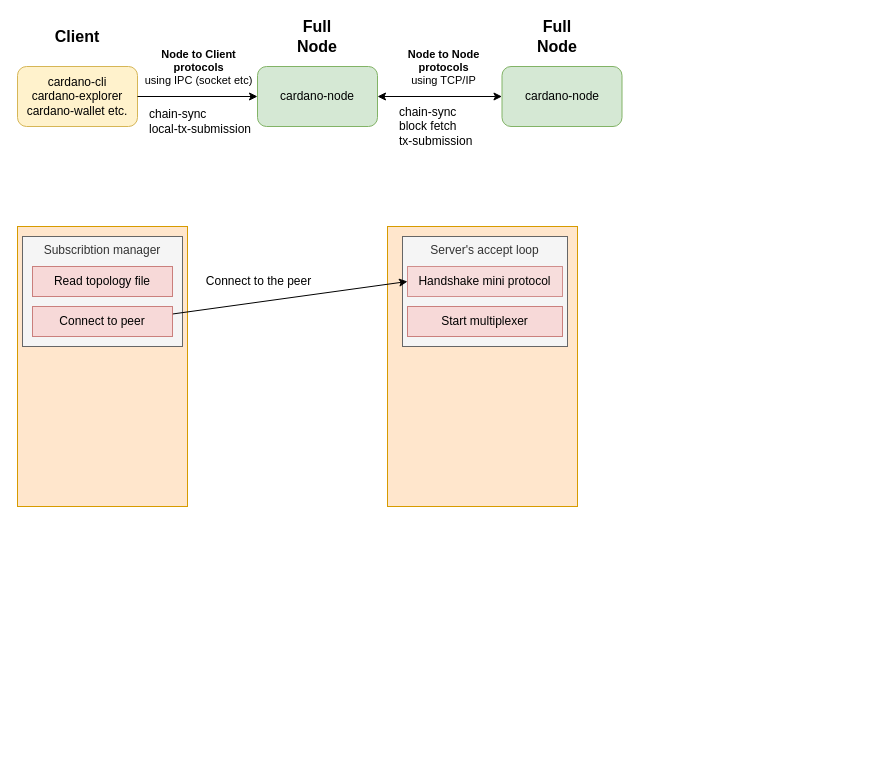
Above: diagrams/Network_Communications.drawio in ilap/ShelleyStuffs (draw.io), before the change. Source tidied: cells renumbered, new cells numbered last; positions are measured from the earlier drawing's top-left corner, leaving out a move shared by most shapes. Both pictures are drawn from the tidied source at 100%, with x=0, y=0 at pixel (17, 26).
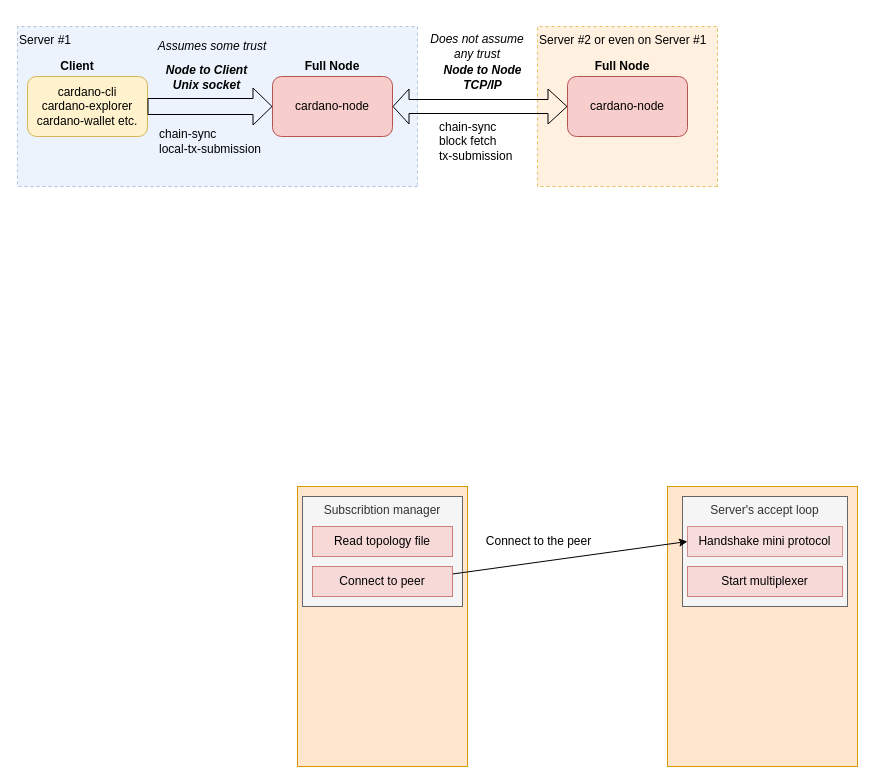
The same diagram, later.

What changed in the source:
```diff
@@
+    <mxCell id="24" value="Server #2 or even on Server #1" style="rounded=0;whiteSpace=wrap;html=1;shadow=0;verticalAlign=top;align=left;labelBackgroundColor=none;fillColor=#ffe6cc;strokeColor=#d79b00;dashed=1;direction=west;comic=0;opacity=60;" parent="1" vertex="1">
+      <mxGeometry x="520" width="180" height="160" as="geometry" />
+    </mxCell>
+    <mxCell id="25" value="Server #1" style="rounded=0;whiteSpace=wrap;html=1;shadow=0;verticalAlign=top;align=left;labelBackgroundColor=none;fillColor=#dae8fc;strokeColor=#6c8ebf;dashed=1;direction=west;comic=0;opacity=50;" parent="1" vertex="1">
+      <mxGeometry width="400" height="160" as="geometry" />
+    </mxCell>
-    <mxCell id="2" value="cardano-node" style="rounded=1;whiteSpace=wrap;html=1;fillColor=#d5e8d4;strokeColor=#82b366;" parent="1" vertex="1">
-      <mxGeometry x="240" y="40" width="120" height="60" as="geometry" />
+    <mxCell id="2" value="cardano-node" style="rounded=1;whiteSpace=wrap;html=1;fillColor=#f8cecc;strokeColor=#b85450;" parent="1" vertex="1">
+      <mxGeometry x="255" y="50" width="120" height="60" as="geometry" />
     </mxCell>
-    <mxCell id="3" value="cardano-node" style="rounded=1;whiteSpace=wrap;html=1;fillColor=#d5e8d4;strokeColor=#82b366;" parent="1" vertex="1">
-      <mxGeometry x="484.5" y="40" width="120" height="60" as="geometry" />
+    <mxCell id="3" value="cardano-node" style="rounded=1;whiteSpace=wrap;html=1;fillColor=#f8cecc;strokeColor=#b85450;" parent="1" vertex="1">
+      <mxGeometry x="550" y="50" width="120" height="60" as="geometry" />
     </mxCell>
     <mxCell id="4" value="cardano-cli&lt;br&gt;cardano-explorer&lt;br&gt;&lt;span&gt;cardano-wallet etc.&lt;/span&gt;" style="rounded=1;whiteSpace=wrap;html=1;align=center;fillColor=#fff2cc;strokeColor=#d6b656;" parent="1" vertex="1">
-      <mxGeometry y="40" width="120" height="60" as="geometry" />
+      <mxGeometry x="10" y="50" width="120" height="60" as="geometry" />
     </mxCell>
-    <mxCell id="5" style="endArrow=classic;startArrow=classic;html=1;entryX=0;entryY=0.5;entryDx=0;entryDy=0;exitX=1;exitY=0.5;exitDx=0;exitDy=0;" parent="1" edge="1" source="2" target="3">
-      <mxGeometry relative="1" as="geometry" />
-    </mxCell>
-    <mxCell id="6" value="&lt;b&gt;Node to Node&lt;/b&gt;&lt;br&gt;&lt;b&gt;protocols&lt;/b&gt;&lt;br&gt;using TCP/IP" style="edgeLabel;html=1;align=center;verticalAlign=middle;" parent="5" vertex="1">
-      <mxGeometry x="-0.23" y="-2" relative="1" as="geometry">
-        <mxPoint x="17" y="-32" as="offset" />
-      </mxGeometry>
-    </mxCell>
-    <mxCell id="7" style="endArrow=classic;startArrow=none;html=1;exitX=1;exitY=0.5;exitDx=0;exitDy=0;entryX=0;entryY=0.5;entryDx=0;entryDy=0;startFill=0;" parent="1" edge="1" source="4" target="2">
-      <mxGeometry relative="1" as="geometry" />
-    </mxCell>
-    <mxCell id="8" value="&lt;font style=&quot;font-size: 11px&quot;&gt;&lt;b&gt;Node to Client&lt;/b&gt;&lt;br&gt;&lt;b&gt;protocols&lt;/b&gt;&lt;br&gt;using IPC (socket etc)&lt;br&gt;&lt;/font&gt;" style="edgeLabel;html=1;align=center;verticalAlign=middle;" parent="7" vertex="1">
-      <mxGeometry x="-0.25" relative="1" as="geometry">
-        <mxPoint x="15" y="-30" as="offset" />
-      </mxGeometry>
-    </mxCell>
     <mxCell id="9" value="chain-sync&lt;br&gt;block fetch&lt;br&gt;tx-submission" style="text;html=1;strokeColor=none;fillColor=none;align=left;verticalAlign=middle;whiteSpace=wrap;rounded=0;" parent="1" vertex="1">
-      <mxGeometry x="380" y="80" width="90" height="40" as="geometry" />
+      <mxGeometry x="420" y="95" width="90" height="40" as="geometry" />
     </mxCell>
     <mxCell id="10" value="chain-sync&lt;br&gt;local-tx-submission" style="text;html=1;strokeColor=none;fillColor=none;align=left;verticalAlign=middle;whiteSpace=wrap;rounded=0;" parent="1" vertex="1">
-      <mxGeometry x="130" y="80" width="110" height="30" as="geometry" />
+      <mxGeometry x="140" y="100" width="110" height="30" as="geometry" />
     </mxCell>
-    <mxCell id="11" value="Full Node" style="text;html=1;strokeColor=none;fillColor=none;align=center;verticalAlign=middle;whiteSpace=wrap;rounded=0;fontSize=16;fontStyle=1;" parent="1" vertex="1">
-      <mxGeometry x="520" width="40" height="20" as="geometry" />
-    </mxCell>
-    <mxCell id="12" value="Full Node" style="text;html=1;strokeColor=none;fillColor=none;align=center;verticalAlign=middle;whiteSpace=wrap;rounded=0;fontSize=16;fontStyle=1;" parent="1" vertex="1">
-      <mxGeometry x="280" width="40" height="20" as="geometry" />
+    <mxCell id="12" value="Full Node" style="text;html=1;strokeColor=none;fillColor=none;align=center;verticalAlign=middle;whiteSpace=wrap;rounded=0;fontSize=12;fontStyle=1;" parent="1" vertex="1">
+      <mxGeometry x="270" y="30" width="90" height="20" as="geometry" />
     </mxCell>
-    <mxCell id="13" value="Client" style="text;html=1;strokeColor=none;fillColor=none;align=center;verticalAlign=middle;whiteSpace=wrap;rounded=0;fontSize=16;fontStyle=1;" parent="1" vertex="1">
-      <mxGeometry x="40" width="40" height="20" as="geometry" />
+    <mxCell id="13" value="Client" style="text;html=1;strokeColor=none;fillColor=none;align=center;verticalAlign=middle;whiteSpace=wrap;rounded=0;fontSize=12;fontStyle=1;" parent="1" vertex="1">
+      <mxGeometry x="40" y="30" width="40" height="20" as="geometry" />
     </mxCell>
     <mxCell id="14" style="rounded=0;whiteSpace=wrap;html=1;fillColor=#ffe6cc;strokeColor=#d79b00;glass=0;shadow=0;comic=0;" parent="1" vertex="1">
-      <mxGeometry y="200" width="170" height="280" as="geometry" />
+      <mxGeometry x="280" y="460" width="170" height="280" as="geometry" />
     </mxCell>
     <mxCell id="15" value="Subscribtion manager" style="rounded=0;whiteSpace=wrap;html=1;shadow=0;glass=0;comic=0;fontSize=12;align=center;fillColor=#f5f5f5;strokeColor=#666666;fontColor=#333333;verticalAlign=top;" parent="1" vertex="1">
-      <mxGeometry x="5" y="210" width="160" height="110" as="geometry" />
+      <mxGeometry x="285" y="470" width="160" height="110" as="geometry" />
     </mxCell>
     <mxCell id="16" style="rounded=0;whiteSpace=wrap;html=1;fillColor=#ffe6cc;strokeColor=#d79b00;glass=0;shadow=0;comic=0;" parent="1" vertex="1">
-      <mxGeometry x="370" y="200" width="190" height="280" as="geometry" />
+      <mxGeometry x="650" y="460" width="190" height="280" as="geometry" />
     </mxCell>
     <mxCell id="17" value="Server's accept loop" style="rounded=0;whiteSpace=wrap;html=1;shadow=0;glass=0;comic=0;fontSize=12;align=center;fillColor=#f5f5f5;strokeColor=#666666;fontColor=#333333;verticalAlign=top;" parent="1" vertex="1">
-      <mxGeometry x="385" y="210" width="165" height="110" as="geometry" />
+      <mxGeometry x="665" y="470" width="165" height="110" as="geometry" />
     </mxCell>
@@
     <mxCell id="20" value="Handshake mini protocol" style="rounded=0;whiteSpace=wrap;html=1;shadow=0;glass=0;comic=0;fontSize=12;align=center;fillColor=#f8cecc;strokeColor=#b85450;opacity=60;" parent="1" vertex="1">
-      <mxGeometry x="390" y="240" width="155" height="30" as="geometry" />
+      <mxGeometry x="670" y="500" width="155" height="30" as="geometry" />
     </mxCell>
     <mxCell id="21" value="Start multiplexer" style="rounded=0;whiteSpace=wrap;html=1;shadow=0;glass=0;comic=0;fontSize=12;align=center;fillColor=#f8cecc;strokeColor=#b85450;opacity=70;" parent="1" vertex="1">
-      <mxGeometry x="390" y="280" width="155" height="30" as="geometry" />
+      <mxGeometry x="670" y="540" width="155" height="30" as="geometry" />
     </mxCell>
     <mxCell id="22" value="Read topology file" style="rounded=0;whiteSpace=wrap;html=1;shadow=0;glass=0;comic=0;fontSize=12;opacity=70;align=center;fillColor=#f8cecc;strokeColor=#b85450;" parent="1" vertex="1">
-      <mxGeometry x="15" y="240" width="140" height="30" as="geometry" />
+      <mxGeometry x="295" y="500" width="140" height="30" as="geometry" />
     </mxCell>
     <mxCell id="23" value="Connect to peer" style="rounded=0;whiteSpace=wrap;html=1;shadow=0;glass=0;comic=0;fontSize=12;opacity=70;align=center;fillColor=#f8cecc;strokeColor=#b85450;" parent="1" vertex="1">
-      <mxGeometry x="15" y="280" width="140" height="30" as="geometry" />
+      <mxGeometry x="295" y="540" width="140" height="30" as="geometry" />
     </mxCell>
+    <mxCell id="11" value="Full Node" style="text;html=1;strokeColor=none;fillColor=none;align=center;verticalAlign=middle;whiteSpace=wrap;rounded=0;fontSize=12;fontStyle=1;" parent="1" vertex="1">
+      <mxGeometry x="560" y="30" width="90" height="20" as="geometry" />
+    </mxCell>
+    <mxCell id="5" style="shape=flexArrow;endArrow=classic;startArrow=classic;html=1;strokeWidth=1;fontSize=12;width=14;startSize=5;entryX=0;entryY=0.5;entryDx=0;entryDy=0;exitX=1;exitY=0.5;exitDx=0;exitDy=0;" parent="1" edge="1" source="2" target="3">
+      <mxGeometry relative="1" as="geometry" />
+    </mxCell>
+    <mxCell id="26" value="Node to Node&lt;br&gt;TCP/IP" style="edgeLabel;html=1;align=center;verticalAlign=middle;fontSize=12;labelBackgroundColor=none;fontStyle=3;" parent="5" vertex="1">
+      <mxGeometry x="-0.07" y="3" relative="1" as="geometry">
+        <mxPoint x="8" y="-27" as="offset" />
+      </mxGeometry>
+    </mxCell>
+    <mxCell id="7" style="shape=flexArrow;endArrow=classic;html=1;strokeWidth=1;fontSize=12;exitX=1;exitY=0.5;exitDx=0;exitDy=0;entryX=0;entryY=0.5;entryDx=0;entryDy=0;width=16;endSize=6;" parent="1" edge="1" source="4" target="2">
+      <mxGeometry relative="1" as="geometry" />
+    </mxCell>
+    <mxCell id="27" value="Node to Client&lt;br&gt;Unix socket" style="edgeLabel;html=1;align=center;verticalAlign=middle;fontSize=12;labelBackgroundColor=none;fontStyle=3;" parent="7" vertex="1">
+      <mxGeometry x="-0.25" y="-1" relative="1" as="geometry">
+        <mxPoint x="11" y="-31" as="offset" />
+      </mxGeometry>
+    </mxCell>
+    <mxCell id="28" value="Assumes some trust" style="text;html=1;strokeColor=none;fillColor=none;align=center;verticalAlign=middle;whiteSpace=wrap;rounded=0;shadow=0;dashed=1;comic=0;labelBackgroundColor=none;fontSize=12;opacity=60;fontStyle=2;" parent="1" vertex="1">
+      <mxGeometry x="135" y="10" width="120" height="20" as="geometry" />
+    </mxCell>
+    <mxCell id="29" value="Does not assume&lt;br&gt;any trust" style="text;html=1;strokeColor=none;fillColor=none;align=center;verticalAlign=middle;whiteSpace=wrap;rounded=0;shadow=0;dashed=1;comic=0;labelBackgroundColor=none;fontSize=12;opacity=60;fontStyle=2;" parent="1" vertex="1">
+      <mxGeometry x="400" y="10" width="120" height="20" as="geometry" />
+    </mxCell>
```
